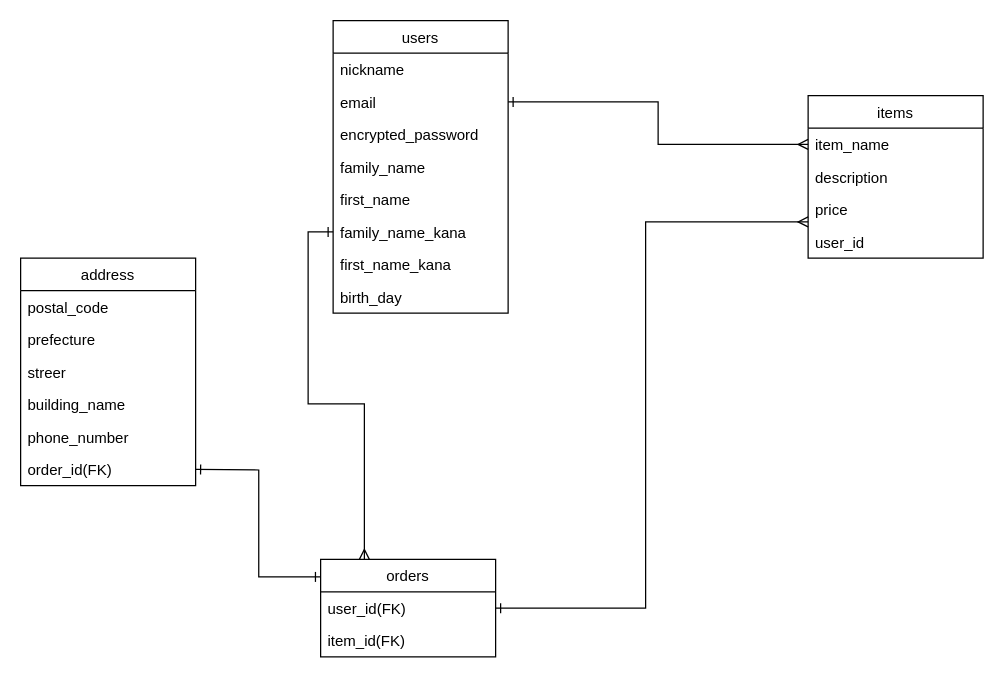
Before: furima.ER/furima.dio in hashimo1216/furima-36574, a draw.io diagram. Source tidied: cells renumbered, new cells numbered last; positions are measured from the earlier drawing's top-left corner, leaving out a move shared by most shapes. Both pictures are drawn from the tidied source at 125%, with x=0, y=0 at pixel (20, 20).
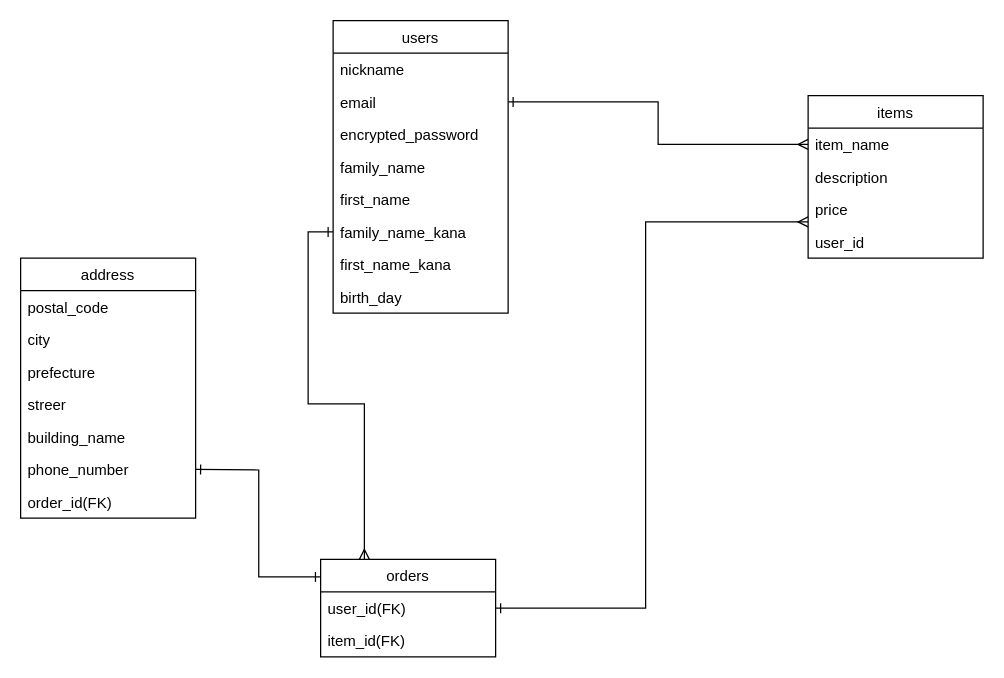
The same page after the edit.

Commit message (it also covers changes not shown here):
データベース設計修正

Diff of the diagram source:
```diff
@@
     <mxCell id="21" value="address" style="swimlane;fontStyle=0;horizontal=1;startSize=26;" parent="1" vertex="1">
-      <mxGeometry y="190" width="140" height="182" as="geometry" />
+      <mxGeometry y="190" width="140" height="208" as="geometry" />
     </mxCell>
@@
+    <mxCell id="30" value="city" style="text;strokeColor=none;fillColor=none;align=left;verticalAlign=top;spacingLeft=4;spacingRight=4;overflow=hidden;" parent="21" vertex="1">
+      <mxGeometry y="52" width="140" height="26" as="geometry" />
+    </mxCell>
     <mxCell id="23" value="prefecture" style="text;strokeColor=none;fillColor=none;align=left;verticalAlign=top;spacingLeft=4;spacingRight=4;overflow=hidden;" parent="21" vertex="1">
-      <mxGeometry y="52" width="140" height="26" as="geometry" />
+      <mxGeometry y="78" width="140" height="26" as="geometry" />
     </mxCell>
     <mxCell id="24" value="streer" style="text;strokeColor=none;fillColor=none;align=left;verticalAlign=top;spacingLeft=4;spacingRight=4;overflow=hidden;" parent="21" vertex="1">
-      <mxGeometry y="78" width="140" height="26" as="geometry" />
+      <mxGeometry y="104" width="140" height="26" as="geometry" />
     </mxCell>
     <mxCell id="25" value="building_name" style="text;strokeColor=none;fillColor=none;align=left;verticalAlign=top;spacingLeft=4;spacingRight=4;overflow=hidden;" parent="21" vertex="1">
-      <mxGeometry y="104" width="140" height="26" as="geometry" />
+      <mxGeometry y="130" width="140" height="26" as="geometry" />
     </mxCell>
     <mxCell id="26" value="phone_number" style="text;strokeColor=none;fillColor=none;align=left;verticalAlign=top;spacingLeft=4;spacingRight=4;overflow=hidden;" parent="21" vertex="1">
-      <mxGeometry y="130" width="140" height="26" as="geometry" />
+      <mxGeometry y="156" width="140" height="26" as="geometry" />
     </mxCell>
     <mxCell id="27" value="order_id(FK)" style="text;strokeColor=none;fillColor=none;align=left;verticalAlign=top;spacingLeft=4;spacingRight=4;overflow=hidden;" parent="21" vertex="1">
-      <mxGeometry y="156" width="140" height="26" as="geometry" />
+      <mxGeometry y="182" width="140" height="26" as="geometry" />
     </mxCell>
```
